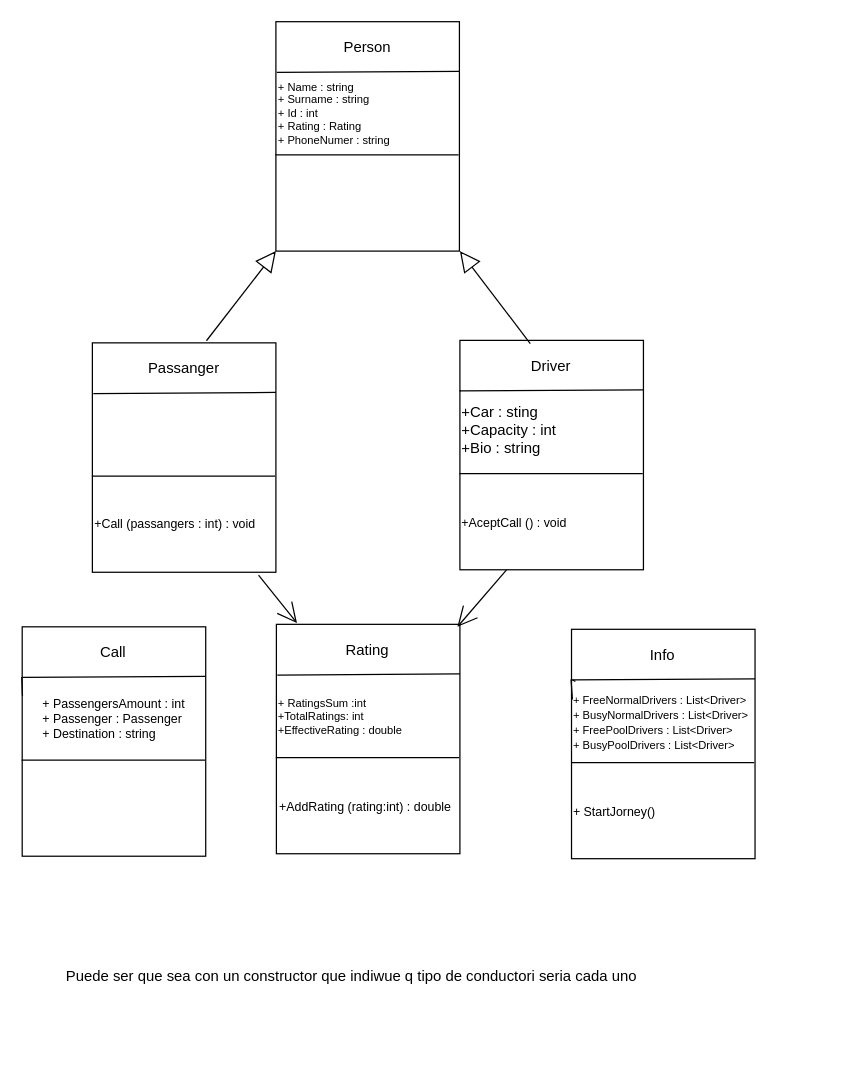
The draw.io diagram DiagramasUml.drawio in bugarin03/PII_TwitterApi, before the edit. Source tidied: cells renumbered, new cells numbered last; positions are measured from the earlier drawing's top-left corner, leaving out a move shared by most shapes. Both pictures are drawn from the tidied source at 124%, with x=0, y=0 at pixel (21, 21).
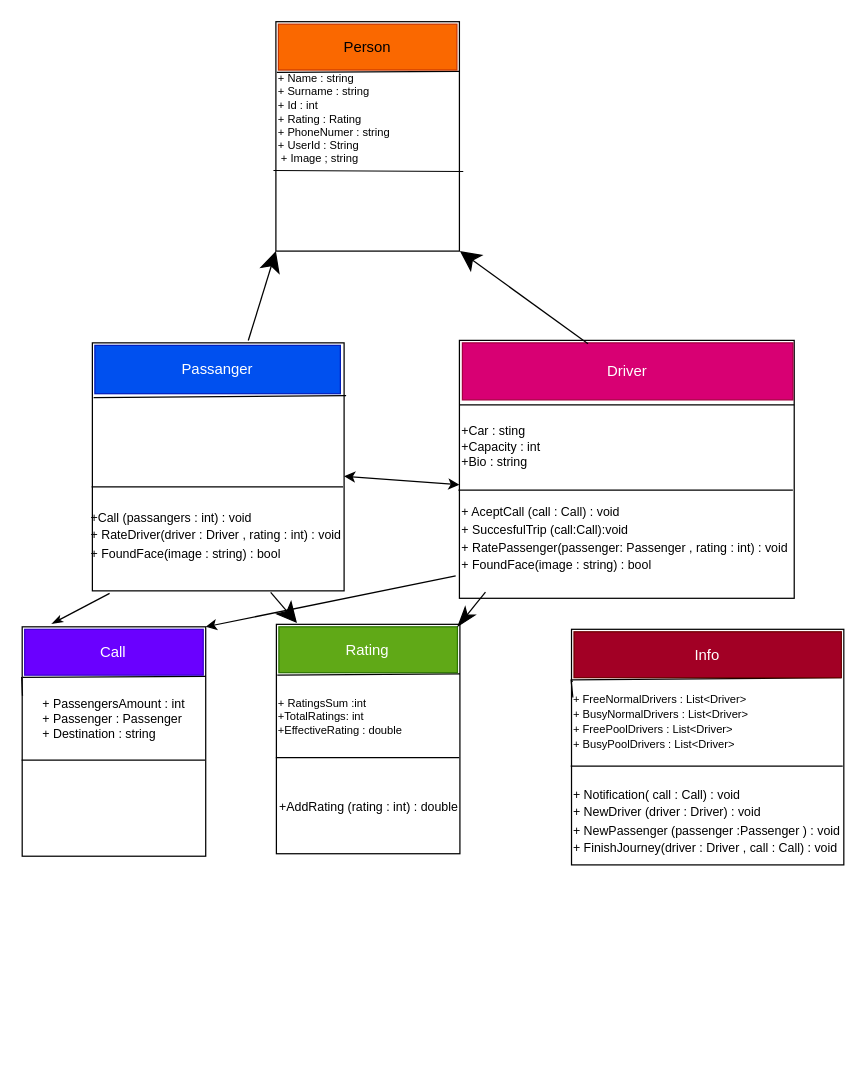
The same diagram, later.

The change refers to these unchanged cells:
```xml
<mxCell id="2" value="&lt;div style=&quot;text-align: left;&quot;&gt;&lt;br&gt;&lt;/div&gt;" style="rounded=0;whiteSpace=wrap;html=1;hachureGap=4;gradientColor=none;fillColor=default;" parent="1" vertex="1">
  <mxGeometry x="205" width="148" height="185" as="geometry" />
</mxCell>
<mxCell id="38" style="rounded=0;whiteSpace=wrap;html=1;hachureGap=4;gradientColor=none;fillColor=default;" parent="1" vertex="1">
  <mxGeometry x="0.4" y="488" width="148" height="185" as="geometry" />
</mxCell>
```

The edit, as a diff of the source:
```diff
@@
-    <mxCell id="3" style="edgeStyle=none;jettySize=auto;html=1;rounded=0;endArrow=block;startSize=14;endSize=14;sourcePerimeterSpacing=8;targetPerimeterSpacing=8;curved=1;entryX=0;entryY=1;entryDx=0;entryDy=0;endFill=0;exitX=0.625;exitY=-0.1;exitDx=0;exitDy=0;exitPerimeter=0;" parent="1" edge="1" source="9" target="2">
+    <mxCell id="3" style="edgeStyle=none;jettySize=auto;html=1;rounded=0;endArrow=classic;startSize=14;endSize=14;sourcePerimeterSpacing=8;targetPerimeterSpacing=8;curved=1;entryX=0;entryY=1;entryDx=0;entryDy=0;endFill=1;exitX=0.625;exitY=-0.1;exitDx=0;exitDy=0;exitPerimeter=0;" parent="1" edge="1" source="9" target="2">
       <mxGeometry relative="1" as="geometry" />
     </mxCell>
@@
-    <mxCell id="5" value="Person" style="text;strokeColor=none;fillColor=none;html=1;align=center;verticalAlign=middle;whiteSpace=wrap;rounded=0;hachureGap=4;" parent="1" vertex="1">
+    <mxCell id="5" value="Person" style="text;strokeColor=#C73500;fillColor=#fa6800;html=1;align=center;verticalAlign=middle;whiteSpace=wrap;rounded=0;hachureGap=4;fontColor=#000000;" parent="1" vertex="1">
       <mxGeometry x="207" y="2" width="144" height="37" as="geometry" />
     </mxCell>
-    <mxCell id="6" style="edgeStyle=none;orthogonalLoop=1;jettySize=auto;html=1;rounded=0;endArrow=none;endFill=0;startSize=14;endSize=14;sourcePerimeterSpacing=8;targetPerimeterSpacing=8;curved=1;exitX=-0.003;exitY=0.581;exitDx=0;exitDy=0;exitPerimeter=0;entryX=0.996;entryY=0.581;entryDx=0;entryDy=0;entryPerimeter=0;" parent="1" edge="1" source="2" target="2">
-      <mxGeometry relative="1" as="geometry" />
+    <mxCell id="6" style="edgeStyle=none;jettySize=auto;html=1;rounded=0;endArrow=none;endFill=0;startSize=14;endSize=14;sourcePerimeterSpacing=8;targetPerimeterSpacing=8;curved=1;entryX=1.021;entryY=0.653;entryDx=0;entryDy=0;entryPerimeter=0;" parent="1" edge="1" target="2">
+      <mxGeometry relative="1" as="geometry">
+        <mxPoint x="203" y="120" as="sourcePoint" />
+      </mxGeometry>
     </mxCell>
+    <mxCell id="45" style="edgeStyle=none;html=1;startArrow=classic;startFill=1;" parent="1" edge="1" source="7" target="29">
+      <mxGeometry relative="1" as="geometry" />
+    </mxCell>
     <mxCell id="7" style="rounded=0;whiteSpace=wrap;html=1;hachureGap=4;gradientColor=none;fillColor=default;" parent="1" vertex="1">
-      <mxGeometry x="57" y="259" width="148" height="185" as="geometry" />
+      <mxGeometry x="57" y="259" width="203" height="200" as="geometry" />
     </mxCell>
-    <mxCell id="8" style="edgeStyle=none;jettySize=auto;html=1;rounded=0;endArrow=none;startSize=14;endSize=14;sourcePerimeterSpacing=8;targetPerimeterSpacing=8;curved=1;endFill=0;exitX=0.005;exitY=0.221;exitDx=0;exitDy=0;exitPerimeter=0;" parent="1" edge="1" source="7">
-      <mxGeometry relative="1" as="geometry">
-        <mxPoint x="205" y="299" as="targetPoint" />
-      </mxGeometry>
+    <mxCell id="8" style="edgeStyle=none;orthogonalLoop=1;jettySize=auto;html=1;rounded=0;endArrow=none;startSize=14;endSize=14;sourcePerimeterSpacing=8;targetPerimeterSpacing=8;curved=1;endFill=0;exitX=0.005;exitY=0.221;exitDx=0;exitDy=0;exitPerimeter=0;entryX=1.008;entryY=0.213;entryDx=0;entryDy=0;entryPerimeter=0;" parent="1" edge="1" source="7" target="7">
+      <mxGeometry relative="1" as="geometry" />
     </mxCell>
-    <mxCell id="9" value="Passanger" style="text;strokeColor=none;fillColor=none;html=1;align=center;verticalAlign=middle;whiteSpace=wrap;rounded=0;hachureGap=4;" parent="1" vertex="1">
-      <mxGeometry x="59" y="261" width="144" height="37" as="geometry" />
+    <mxCell id="9" value="Passanger" style="text;strokeColor=#001DBC;fillColor=#0050ef;html=1;align=center;verticalAlign=middle;whiteSpace=wrap;rounded=0;hachureGap=4;fontColor=#ffffff;" parent="1" vertex="1">
+      <mxGeometry x="59" y="261" width="198" height="39" as="geometry" />
     </mxCell>
@@
-    <mxCell id="11" style="rounded=0;whiteSpace=wrap;html=1;hachureGap=4;gradientColor=none;fillColor=default;" parent="1" vertex="1">
-      <mxGeometry x="353.4" y="257" width="148" height="185" as="geometry" />
+    <mxCell id="11" style="rounded=0;whiteSpace=wrap;html=1;hachureGap=4;gradientColor=none;fillColor=default;align=left;" parent="1" vertex="1">
+      <mxGeometry x="353" y="257" width="270" height="208" as="geometry" />
     </mxCell>
-    <mxCell id="12" style="edgeStyle=none;jettySize=auto;html=1;rounded=0;endArrow=none;startSize=14;endSize=14;targetPerimeterSpacing=8;curved=1;endFill=0;exitX=0.005;exitY=0.221;exitDx=0;exitDy=0;exitPerimeter=0;startArrow=none;" parent="1" edge="1" source="22">
-      <mxGeometry relative="1" as="geometry">
-        <mxPoint x="501.4" y="297" as="targetPoint" />
-      </mxGeometry>
+    <mxCell id="12" style="edgeStyle=none;orthogonalLoop=1;jettySize=auto;html=1;rounded=0;endArrow=none;startSize=14;endSize=14;targetPerimeterSpacing=8;curved=1;endFill=0;exitX=0;exitY=0.25;exitDx=0;exitDy=0;startArrow=none;entryX=1;entryY=0.25;entryDx=0;entryDy=0;" parent="1" edge="1" source="11" target="11">
+      <mxGeometry relative="1" as="geometry" />
     </mxCell>
-    <mxCell id="13" value="Driver" style="text;strokeColor=none;fillColor=none;html=1;align=center;verticalAlign=middle;whiteSpace=wrap;rounded=0;hachureGap=4;" parent="1" vertex="1">
-      <mxGeometry x="355.4" y="259" width="144" height="37" as="geometry" />
+    <mxCell id="13" value="Driver" style="text;strokeColor=#A50040;fillColor=#d80073;html=1;align=center;verticalAlign=middle;whiteSpace=wrap;rounded=0;hachureGap=4;fontColor=#ffffff;" parent="1" vertex="1">
+      <mxGeometry x="355.4" y="259" width="266.6" height="46" as="geometry" />
     </mxCell>
@@
-    <mxCell id="15" style="edgeStyle=none;jettySize=auto;html=1;rounded=0;endArrow=block;startSize=14;endSize=14;sourcePerimeterSpacing=8;targetPerimeterSpacing=8;curved=1;entryX=0;entryY=1;entryDx=0;entryDy=0;endFill=0;exitX=0.38;exitY=0.015;exitDx=0;exitDy=0;exitPerimeter=0;" parent="1" edge="1" source="13">
+    <mxCell id="15" style="edgeStyle=none;jettySize=auto;html=1;rounded=0;endArrow=classic;startSize=14;endSize=14;sourcePerimeterSpacing=8;targetPerimeterSpacing=8;curved=1;entryX=0;entryY=1;entryDx=0;entryDy=0;endFill=1;exitX=0.38;exitY=0.015;exitDx=0;exitDy=0;exitPerimeter=0;" parent="1" edge="1" source="13">
       <mxGeometry relative="1" as="geometry">
         <mxPoint x="353.4" y="185" as="targetPoint" />
       </mxGeometry>
     </mxCell>
-    <mxCell id="16" value="Puede ser que sea con un constructor que indiwue q tipo de conductori seria cada uno " style="text;strokeColor=none;fillColor=none;align=left;verticalAlign=middle;spacingLeft=4;spacingRight=4;overflow=hidden;" parent="1" vertex="1">
-      <mxGeometry x="30" y="707" width="542" height="124" as="geometry" />
-    </mxCell>
-    <mxCell id="17" value="&lt;div style=&quot;font-size: 9px&quot;&gt;&lt;font style=&quot;font-size: 9px&quot;&gt;+ Name : string&lt;/font&gt;&lt;/div&gt;&lt;div style=&quot;font-size: 9px&quot;&gt;&lt;span&gt;&lt;font style=&quot;font-size: 9px&quot;&gt;+ Surname : string&lt;/font&gt;&lt;/span&gt;&lt;/div&gt;&lt;div style=&quot;font-size: 9px&quot;&gt;&lt;span&gt;&lt;font style=&quot;font-size: 9px&quot;&gt;+ Id : int&lt;/font&gt;&lt;/span&gt;&lt;/div&gt;&lt;div style=&quot;font-size: 9px&quot;&gt;&lt;span&gt;&lt;font style=&quot;font-size: 9px&quot;&gt;+ Rating : Rating&lt;/font&gt;&lt;/span&gt;&lt;/div&gt;&lt;div style=&quot;font-size: 9px&quot;&gt;&lt;font style=&quot;font-size: 9px&quot;&gt;+ PhoneNumer : string&lt;/font&gt;&lt;/div&gt;" style="text;html=1;strokeColor=none;fillColor=none;align=left;verticalAlign=middle;whiteSpace=wrap;rounded=0;" parent="1" vertex="1">
-      <mxGeometry x="205" y="41" width="148" height="66" as="geometry" />
+    <mxCell id="17" value="&lt;div style=&quot;font-size: 9px&quot;&gt;&lt;font style=&quot;font-size: 9px&quot;&gt;+ Name : string&lt;/font&gt;&lt;/div&gt;&lt;div style=&quot;font-size: 9px&quot;&gt;&lt;span&gt;&lt;font style=&quot;font-size: 9px&quot;&gt;+ Surname : string&lt;/font&gt;&lt;/span&gt;&lt;/div&gt;&lt;div style=&quot;font-size: 9px&quot;&gt;&lt;span&gt;&lt;font style=&quot;font-size: 9px&quot;&gt;+ Id : int&lt;/font&gt;&lt;/span&gt;&lt;/div&gt;&lt;div style=&quot;font-size: 9px&quot;&gt;&lt;span&gt;&lt;font style=&quot;font-size: 9px&quot;&gt;+ Rating : Rating&lt;/font&gt;&lt;/span&gt;&lt;/div&gt;&lt;div style=&quot;font-size: 9px&quot;&gt;&lt;font style=&quot;font-size: 9px&quot;&gt;+ PhoneNumer : string&lt;/font&gt;&lt;/div&gt;&lt;div style=&quot;font-size: 9px&quot;&gt;&lt;font style=&quot;font-size: 9px&quot;&gt;+ UserId : String&lt;/font&gt;&lt;/div&gt;&lt;div style=&quot;font-size: 9px&quot;&gt;&lt;font style=&quot;font-size: 9px&quot;&gt;&amp;nbsp;+ Image ; string&lt;/font&gt;&lt;/div&gt;&lt;div style=&quot;font-size: 9px&quot;&gt;&lt;font style=&quot;font-size: 9px&quot;&gt;&lt;br&gt;&lt;/font&gt;&lt;/div&gt;" style="text;html=1;strokeColor=none;fillColor=none;align=left;verticalAlign=middle;whiteSpace=wrap;rounded=0;" parent="1" vertex="1">
+      <mxGeometry x="205.4" y="44" width="147" height="79" as="geometry" />
     </mxCell>
@@
-    <mxCell id="20" value="Rating" style="text;strokeColor=none;fillColor=none;html=1;align=center;verticalAlign=middle;whiteSpace=wrap;rounded=0;hachureGap=4;" parent="1" vertex="1">
+    <mxCell id="20" value="Rating" style="text;strokeColor=#2D7600;fillColor=#60a917;html=1;align=center;verticalAlign=middle;whiteSpace=wrap;rounded=0;hachureGap=4;fontColor=#ffffff;" parent="1" vertex="1">
       <mxGeometry x="207.4" y="488" width="144" height="37" as="geometry" />
     </mxCell>
@@
-    <mxCell id="22" value="&lt;div&gt;&lt;br&gt;&lt;/div&gt;&lt;div&gt;&lt;br&gt;&lt;/div&gt;&lt;div&gt;+Car : sting&amp;nbsp;&lt;/div&gt;&lt;div&gt;+Capacity : int&lt;/div&gt;&lt;div&gt;+Bio : string&lt;/div&gt;&lt;div&gt;&lt;br&gt;&lt;/div&gt;" style="text;html=1;strokeColor=none;fillColor=none;align=left;verticalAlign=middle;whiteSpace=wrap;rounded=0;" parent="1" vertex="1">
-      <mxGeometry x="353" y="279" width="148.4" height="85" as="geometry" />
-    </mxCell>
-    <mxCell id="23" style="edgeStyle=none;jettySize=auto;html=1;rounded=0;endArrow=none;startSize=14;endSize=14;sourcePerimeterSpacing=8;curved=1;endFill=0;exitX=0.005;exitY=0.221;exitDx=0;exitDy=0;exitPerimeter=0;" parent="1" edge="1" source="11" target="22">
-      <mxGeometry relative="1" as="geometry" />
-    </mxCell>
-    <mxCell id="24" style="edgeStyle=none;orthogonalLoop=1;jettySize=auto;html=1;rounded=0;endArrow=open;startSize=14;endSize=14;sourcePerimeterSpacing=8;targetPerimeterSpacing=8;curved=1;endFill=0;exitX=0.625;exitY=-0.1;exitDx=0;exitDy=0;exitPerimeter=0;" parent="1" edge="1">
+    <mxCell id="24" style="edgeStyle=none;jettySize=auto;html=1;rounded=0;endArrow=classic;startSize=14;endSize=14;sourcePerimeterSpacing=8;targetPerimeterSpacing=8;curved=1;endFill=1;exitX=0.686;exitY=0.992;exitDx=0;exitDy=0;exitPerimeter=0;" parent="1" edge="1" source="26">
       <mxGeometry relative="1" as="geometry">
-        <mxPoint x="191" y="446.3" as="sourcePoint" />
         <mxPoint x="222" y="485" as="targetPoint" />
       </mxGeometry>
     </mxCell>
-    <mxCell id="25" style="edgeStyle=none;jettySize=auto;html=1;rounded=0;endArrow=open;startSize=14;endSize=14;sourcePerimeterSpacing=8;targetPerimeterSpacing=8;curved=1;endFill=0;exitX=0.625;exitY=-0.1;exitDx=0;exitDy=0;exitPerimeter=0;entryX=1;entryY=0;entryDx=0;entryDy=0;" parent="1" edge="1" target="20">
+    <mxCell id="25" style="edgeStyle=none;jettySize=auto;html=1;rounded=0;endArrow=classicThin;startSize=14;endSize=14;sourcePerimeterSpacing=8;targetPerimeterSpacing=8;curved=1;endFill=1;entryX=1;entryY=0;entryDx=0;entryDy=0;" parent="1" edge="1" target="20">
       <mxGeometry relative="1" as="geometry">
-        <mxPoint x="391" y="442" as="sourcePoint" />
+        <mxPoint x="374" y="460" as="sourcePoint" />
       </mxGeometry>
     </mxCell>
+    <mxCell id="46" style="edgeStyle=none;html=1;startArrow=none;startFill=0;endArrow=classicThin;endFill=1;entryX=0.161;entryY=-0.013;entryDx=0;entryDy=0;entryPerimeter=0;" parent="1" edge="1" source="26" target="38">
+      <mxGeometry relative="1" as="geometry" />
+    </mxCell>
-    <mxCell id="26" value="&lt;div style=&quot;&quot;&gt;&lt;font style=&quot;font-size: 10px;&quot;&gt;+Call (passangers : int) : void&amp;nbsp;&lt;/font&gt;&lt;/div&gt;" style="text;html=1;strokeColor=none;fillColor=none;align=left;verticalAlign=middle;whiteSpace=wrap;rounded=0;" parent="1" vertex="1">
-      <mxGeometry x="57" y="367" width="148.4" height="76" as="geometry" />
+    <mxCell id="26" value="&lt;div&gt;&lt;font style=&quot;font-size: 10px&quot;&gt;+Call (passangers : int) : void&lt;/font&gt;&lt;/div&gt;&lt;div&gt;&lt;font style=&quot;font-size: 10px&quot;&gt;+ RateDriver(driver : Driver , rating : int) : void&lt;/font&gt;&lt;/div&gt;&lt;div&gt;&lt;font style=&quot;font-size: 10px&quot;&gt;+ FoundFace(image : string) : bool&lt;/font&gt;&lt;/div&gt;" style="text;html=1;strokeColor=none;fillColor=none;align=left;verticalAlign=middle;whiteSpace=wrap;rounded=0;" parent="1" vertex="1">
+      <mxGeometry x="54" y="366" width="214" height="95" as="geometry" />
     </mxCell>
@@
-    <mxCell id="28" value="+AddRating (rating:int) : double" style="text;html=1;strokeColor=none;fillColor=none;align=left;verticalAlign=middle;whiteSpace=wrap;rounded=0;fontSize=10;" parent="1" vertex="1">
+    <mxCell id="28" value="+AddRating (rating : int) : double" style="text;html=1;strokeColor=none;fillColor=none;align=left;verticalAlign=middle;whiteSpace=wrap;rounded=0;fontSize=10;" parent="1" vertex="1">
       <mxGeometry x="206" y="595" width="149" height="75" as="geometry" />
     </mxCell>
-    <mxCell id="29" value="&lt;div style=&quot;&quot;&gt;&lt;font style=&quot;font-size: 10px;&quot;&gt;+AceptCall () : void&amp;nbsp;&lt;/font&gt;&lt;/div&gt;" style="text;html=1;strokeColor=none;fillColor=none;align=left;verticalAlign=middle;whiteSpace=wrap;rounded=0;" parent="1" vertex="1">
-      <mxGeometry x="353" y="366" width="148.4" height="76" as="geometry" />
+    <mxCell id="29" value="&lt;div&gt;&lt;span style=&quot;font-size: 10px&quot;&gt;+Car : sting&amp;nbsp;&lt;/span&gt;&lt;br&gt;&lt;/div&gt;&lt;div&gt;&lt;font style=&quot;font-size: 10px&quot;&gt;&lt;div&gt;+Capacity : int&lt;/div&gt;&lt;div&gt;+Bio : string&lt;/div&gt;&lt;div&gt;&lt;br style=&quot;font-size: 12px&quot;&gt;&lt;/div&gt;&lt;/font&gt;&lt;/div&gt;&lt;div&gt;&lt;font style=&quot;font-size: 10px&quot;&gt;&lt;br&gt;&lt;/font&gt;&lt;/div&gt;&lt;div&gt;&lt;font style=&quot;font-size: 10px&quot;&gt;+ AceptCall (call : Call) : void&lt;/font&gt;&lt;/div&gt;&lt;div&gt;&lt;font style=&quot;font-size: 10px&quot;&gt;+ SuccesfulTrip (call:Call):void&lt;/font&gt;&lt;/div&gt;&lt;span style=&quot;font-size: 10px&quot;&gt;+ RatePassenger(passenger: Passenger , rating : int) : void&lt;br&gt;&lt;/span&gt;&lt;span style=&quot;font-size: 10px&quot;&gt;+ FoundFace(image : string) : bool&lt;/span&gt;" style="text;html=1;strokeColor=none;fillColor=none;align=left;verticalAlign=middle;whiteSpace=wrap;rounded=0;" parent="1" vertex="1">
+      <mxGeometry x="353" y="307" width="270" height="153" as="geometry" />
     </mxCell>
     <mxCell id="30" style="rounded=0;whiteSpace=wrap;html=1;hachureGap=4;gradientColor=none;fillColor=default;" parent="1" vertex="1">
-      <mxGeometry x="443.4" y="490" width="148" height="185" as="geometry" />
+      <mxGeometry x="443.4" y="490" width="219.6" height="190" as="geometry" />
     </mxCell>
-    <mxCell id="31" style="edgeStyle=none;orthogonalLoop=1;jettySize=auto;html=1;rounded=0;endArrow=none;startSize=14;endSize=14;targetPerimeterSpacing=8;curved=1;endFill=0;exitX=0.005;exitY=0.221;exitDx=0;exitDy=0;exitPerimeter=0;startArrow=none;" parent="1" edge="1">
+    <mxCell id="31" style="edgeStyle=none;jettySize=auto;html=1;rounded=0;endArrow=none;startSize=14;endSize=14;targetPerimeterSpacing=8;curved=1;endFill=0;exitX=0.005;exitY=0.221;exitDx=0;exitDy=0;exitPerimeter=0;startArrow=none;entryX=1;entryY=1;entryDx=0;entryDy=0;" parent="1" edge="1" target="32">
       <mxGeometry relative="1" as="geometry">
         <mxPoint x="443.7" y="530.8" as="sourcePoint" />
-        <mxPoint x="591.4" y="530" as="targetPoint" />
       </mxGeometry>
     </mxCell>
-    <mxCell id="32" value="Info" style="text;strokeColor=none;fillColor=none;html=1;align=center;verticalAlign=middle;whiteSpace=wrap;rounded=0;hachureGap=4;" parent="1" vertex="1">
-      <mxGeometry x="445.4" y="492" width="144" height="37" as="geometry" />
+    <mxCell id="32" value="Info" style="text;strokeColor=#6F0000;fillColor=#a20025;html=1;align=center;verticalAlign=middle;whiteSpace=wrap;rounded=0;hachureGap=4;fontColor=#ffffff;" parent="1" vertex="1">
+      <mxGeometry x="445.4" y="492" width="215.6" height="37" as="geometry" />
     </mxCell>
@@
-    <mxCell id="35" value="&lt;span style=&quot;font-size: 10px&quot;&gt;+ StartJorney()&lt;/span&gt;" style="text;html=1;strokeColor=none;fillColor=none;align=left;verticalAlign=middle;whiteSpace=wrap;rounded=0;" parent="1" vertex="1">
-      <mxGeometry x="443" y="599" width="148.4" height="76" as="geometry" />
+    <mxCell id="35" value="&lt;span style=&quot;font-size: 10px&quot;&gt;+ Notification( call : Call) : void&lt;br&gt;+ NewDriver (driver : Driver) : void&lt;br&gt;&lt;/span&gt;&lt;span style=&quot;font-size: 10px&quot;&gt;+ NewPassenger (passenger :Passenger ) : void&lt;/span&gt;&lt;span style=&quot;font-size: 10px&quot;&gt;&lt;br&gt;+ FinishJourney(driver : Driver , call : Call) : void&lt;br&gt;&lt;/span&gt;" style="text;html=1;strokeColor=none;fillColor=none;align=left;verticalAlign=middle;whiteSpace=wrap;rounded=0;" parent="1" vertex="1">
+      <mxGeometry x="443" y="608" width="220" height="71" as="geometry" />
     </mxCell>
     <mxCell id="36" value="&lt;font style=&quot;font-size: 9px&quot;&gt;+ FreeNormalDrivers : List&amp;lt;Driver&amp;gt;&lt;br&gt;+ BusyNormalDrivers : List&amp;lt;Driver&amp;gt;&lt;br&gt;+ FreePoolDrivers : List&amp;lt;Driver&amp;gt;&lt;br&gt;+ BusyPoolDrivers : List&amp;lt;Driver&amp;gt;&lt;br&gt;&lt;/font&gt;" style="text;html=1;strokeColor=none;fillColor=none;align=left;verticalAlign=middle;whiteSpace=wrap;rounded=0;fontSize=10;" parent="1" vertex="1">
-      <mxGeometry x="443.4" y="532" width="148.6" height="66" as="geometry" />
+      <mxGeometry x="443.4" y="530" width="220.6" height="68" as="geometry" />
     </mxCell>
@@
+    <mxCell id="47" style="edgeStyle=none;html=1;exitX=1;exitY=0;exitDx=0;exitDy=0;endArrow=none;endFill=0;startArrow=classic;startFill=1;" parent="1" edge="1" source="38">
+      <mxGeometry relative="1" as="geometry">
+        <mxPoint x="350" y="447" as="targetPoint" />
+      </mxGeometry>
+    </mxCell>
@@
-    <mxCell id="40" value="Call" style="text;strokeColor=none;fillColor=none;html=1;align=center;verticalAlign=middle;whiteSpace=wrap;rounded=0;hachureGap=4;" parent="1" vertex="1">
+    <mxCell id="40" value="Call" style="text;strokeColor=#3700CC;fillColor=#6a00ff;html=1;align=center;verticalAlign=middle;whiteSpace=wrap;rounded=0;hachureGap=4;fontColor=#ffffff;" parent="1" vertex="1">
       <mxGeometry x="2.4" y="490" width="144" height="37" as="geometry" />
     </mxCell>
```
